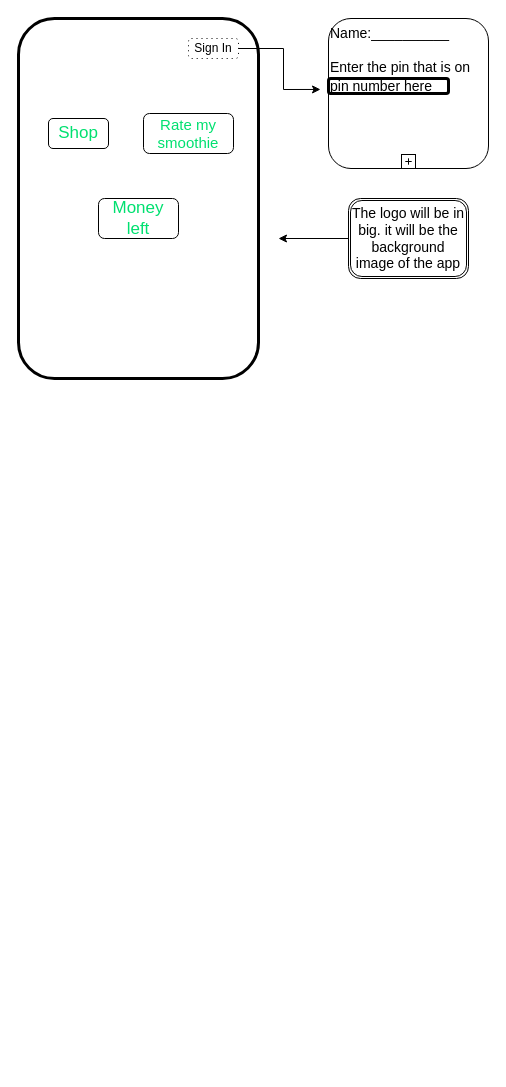
Earlier version of the draw.io diagram page "Suggestion App Design" (2 of 3) of SimpleSips.drawio (mukmalone/SimpleSips). Source tidied: cells renumbered, new cells numbered last; positions are measured from the earlier drawing's top-left corner, leaving out a move shared by most shapes. Both pictures are drawn from the tidied source at 100%, with x=0, y=0 at pixel (18, 18).
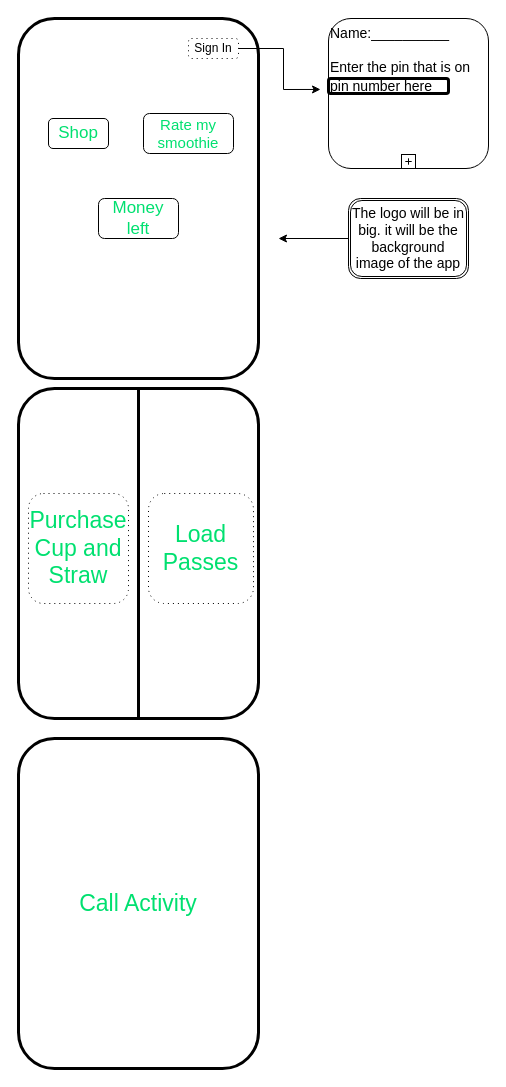
The same page after the edit.

What changed in the source:
```diff
@@
 <mxGraphModel>
   <root>
     <mxCell id="0" />
     <mxCell id="1" parent="0" />
     <mxCell id="2" style="shape=ext;rounded=1;html=1;whiteSpace=wrap;strokeWidth=3;" parent="1" vertex="1">
       <mxGeometry width="240" height="360" as="geometry" />
     </mxCell>
     <mxCell id="3" style="edgeStyle=orthogonalEdgeStyle;rounded=0;jettySize=auto;html=1;exitX=1;exitY=0.5;exitDx=0;exitDy=0;entryX=-0.05;entryY=0.473;entryDx=0;entryDy=0;entryPerimeter=0;fontSize=14;fontColor=#000000;" parent="1" edge="1" source="4" target="10">
       <mxGeometry relative="1" as="geometry" />
     </mxCell>
     <mxCell id="4" value="Sign In" style="shape=ext;rounded=1;html=1;whiteSpace=wrap;dashed=1;dashPattern=1 4;" parent="1" vertex="1">
       <mxGeometry x="170" y="20" width="50" height="20" as="geometry" />
     </mxCell>
     <mxCell id="5" value="&lt;font color=&quot;#00e070&quot; style=&quot;font-size: 17px;&quot;&gt;Shop&lt;/font&gt;" style="shape=ext;rounded=1;html=1;whiteSpace=wrap;fontSize=17;" parent="1" vertex="1">
       <mxGeometry x="30" y="100" width="60" height="30" as="geometry" />
     </mxCell>
     <mxCell id="6" value="&lt;font color=&quot;#00e070&quot; style=&quot;font-size: 15px;&quot;&gt;Rate my smoothie&lt;/font&gt;" style="shape=ext;rounded=1;html=1;whiteSpace=wrap;strokeColor=#000000;fontSize=15;" parent="1" vertex="1">
       <mxGeometry x="125" y="95" width="90" height="40" as="geometry" />
     </mxCell>
     <mxCell id="7" value="Money left" style="shape=ext;rounded=1;html=1;whiteSpace=wrap;strokeColor=#000000;fontSize=17;fontColor=#00E070;" parent="1" vertex="1">
       <mxGeometry x="80" y="180" width="80" height="40" as="geometry" />
     </mxCell>
     <mxCell id="8" style="edgeStyle=orthogonalEdgeStyle;rounded=0;jettySize=auto;html=1;exitX=0;exitY=0.5;exitDx=0;exitDy=0;fontSize=14;fontColor=#000000;fontStyle=1;" parent="1" edge="1" source="9">
       <mxGeometry relative="1" as="geometry">
         <mxPoint x="260" y="220" as="targetPoint" />
       </mxGeometry>
     </mxCell>
     <mxCell id="9" value="The logo will be in big. it will be the background image of the app" style="shape=ext;rounded=1;html=1;whiteSpace=wrap;double=1;strokeColor=#000000;fontSize=14;fontColor=#000000;" parent="1" vertex="1">
       <mxGeometry x="330" y="180" width="120" height="80" as="geometry" />
     </mxCell>
     <mxCell id="10" value="Name:__________&lt;br&gt;&lt;br&gt;Enter the pin that is on your reusable cup" style="html=1;whiteSpace=wrap;rounded=1;strokeColor=#000000;fontSize=14;fontColor=#000000;align=left;horizontal=1;verticalAlign=top;" parent="1" vertex="1">
       <mxGeometry x="310" width="160" height="150" as="geometry" />
     </mxCell>
     <mxCell id="11" style="html=1;shape=plus;" parent="10" vertex="1">
       <mxGeometry x="0.5" y="1" width="14" height="14" relative="1" as="geometry">
         <mxPoint x="-7" y="-14" as="offset" />
       </mxGeometry>
     </mxCell>
     <mxCell id="12" value="pin number here" style="shape=ext;rounded=1;html=1;whiteSpace=wrap;strokeWidth=3;fontSize=14;fontColor=#000000;align=left;" parent="10" vertex="1">
       <mxGeometry y="60" width="120" height="15" as="geometry" />
     </mxCell>
+    <mxCell id="13" style="shape=ext;rounded=1;html=1;whiteSpace=wrap;strokeWidth=3;fontSize=14;fontColor=#000000;align=left;" parent="1" vertex="1">
+      <mxGeometry y="370" width="240" height="330" as="geometry" />
+    </mxCell>
+    <mxCell id="14" style="endArrow=none;html=1;fontSize=23;fontColor=#000000;fontStyle=1;strokeWidth=3;exitX=0.5;exitY=0;exitDx=0;exitDy=0;" parent="1" edge="1" source="13">
+      <mxGeometry relative="1" as="geometry">
+        <mxPoint x="120" y="700" as="targetPoint" />
+      </mxGeometry>
+    </mxCell>
+    <mxCell id="15" value="Purchase Cup and Straw" style="shape=ext;rounded=1;html=1;whiteSpace=wrap;dashed=1;dashPattern=1 4;strokeColor=#000000;fontSize=23;fontColor=#00E070;align=center;" parent="1" vertex="1">
+      <mxGeometry x="10" y="475" width="100" height="110" as="geometry" />
+    </mxCell>
+    <mxCell id="16" value="Load Passes" style="shape=ext;rounded=1;html=1;whiteSpace=wrap;dashed=1;dashPattern=1 4;strokeColor=#000000;fontSize=23;fontColor=#00E070;align=center;" parent="1" vertex="1">
+      <mxGeometry x="130" y="475" width="105" height="110" as="geometry" />
+    </mxCell>
+    <mxCell id="17" value="Call Activity" style="shape=ext;rounded=1;html=1;whiteSpace=wrap;strokeWidth=3;fontSize=23;fontColor=#00E070;align=center;" parent="1" vertex="1">
+      <mxGeometry y="720" width="240" height="330" as="geometry" />
+    </mxCell>
   </root>
 </mxGraphModel>
```
